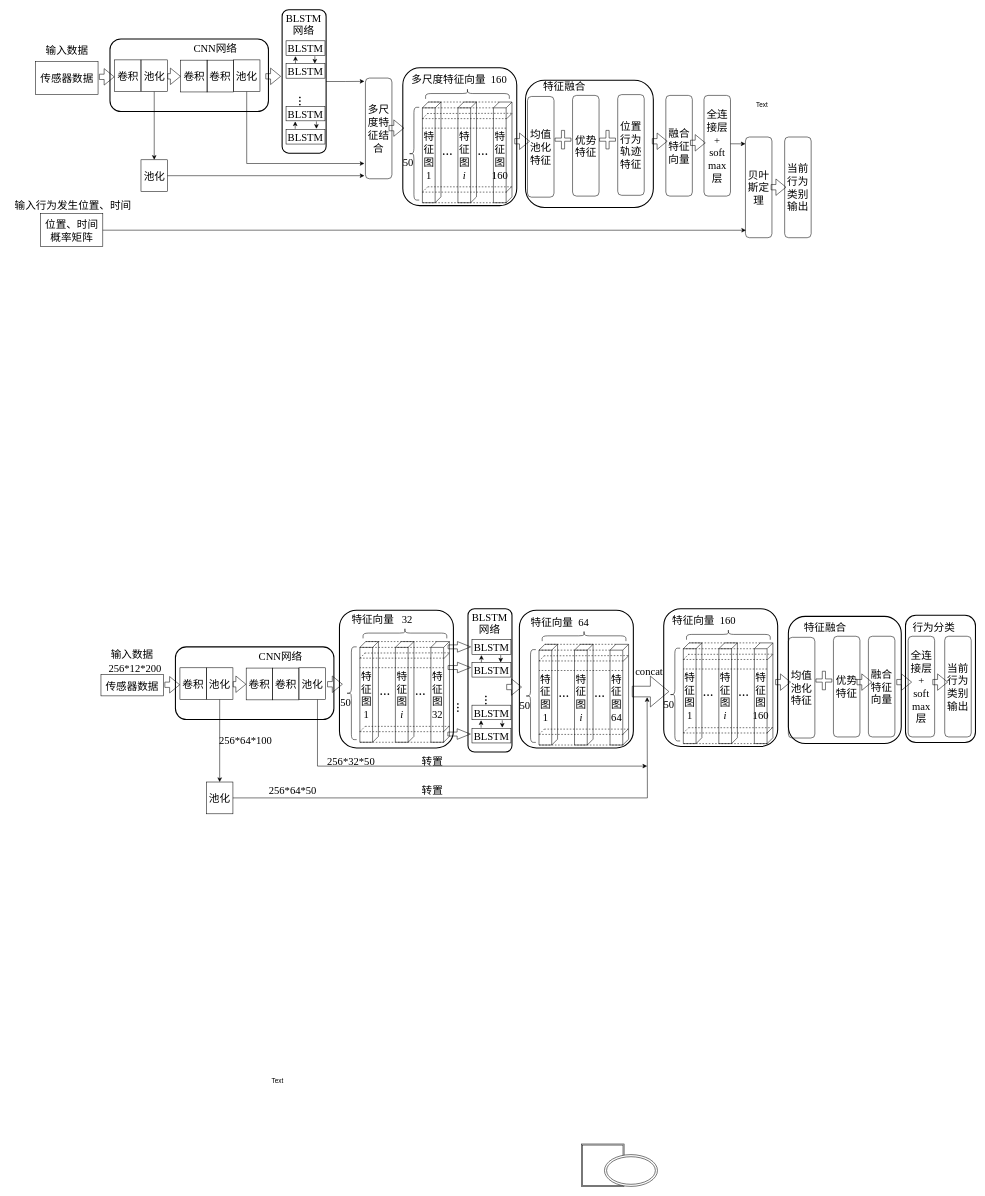
Before: 415行为识别流程图.drawio in ByronGe/ff, a draw.io diagram. Source tidied: cells renumbered, new cells numbered last; positions are measured from the earlier drawing's top-left corner, leaving out a move shared by most shapes. Both pictures are drawn from the tidied source at 53%, with x=0, y=0 at pixel (9, 10).
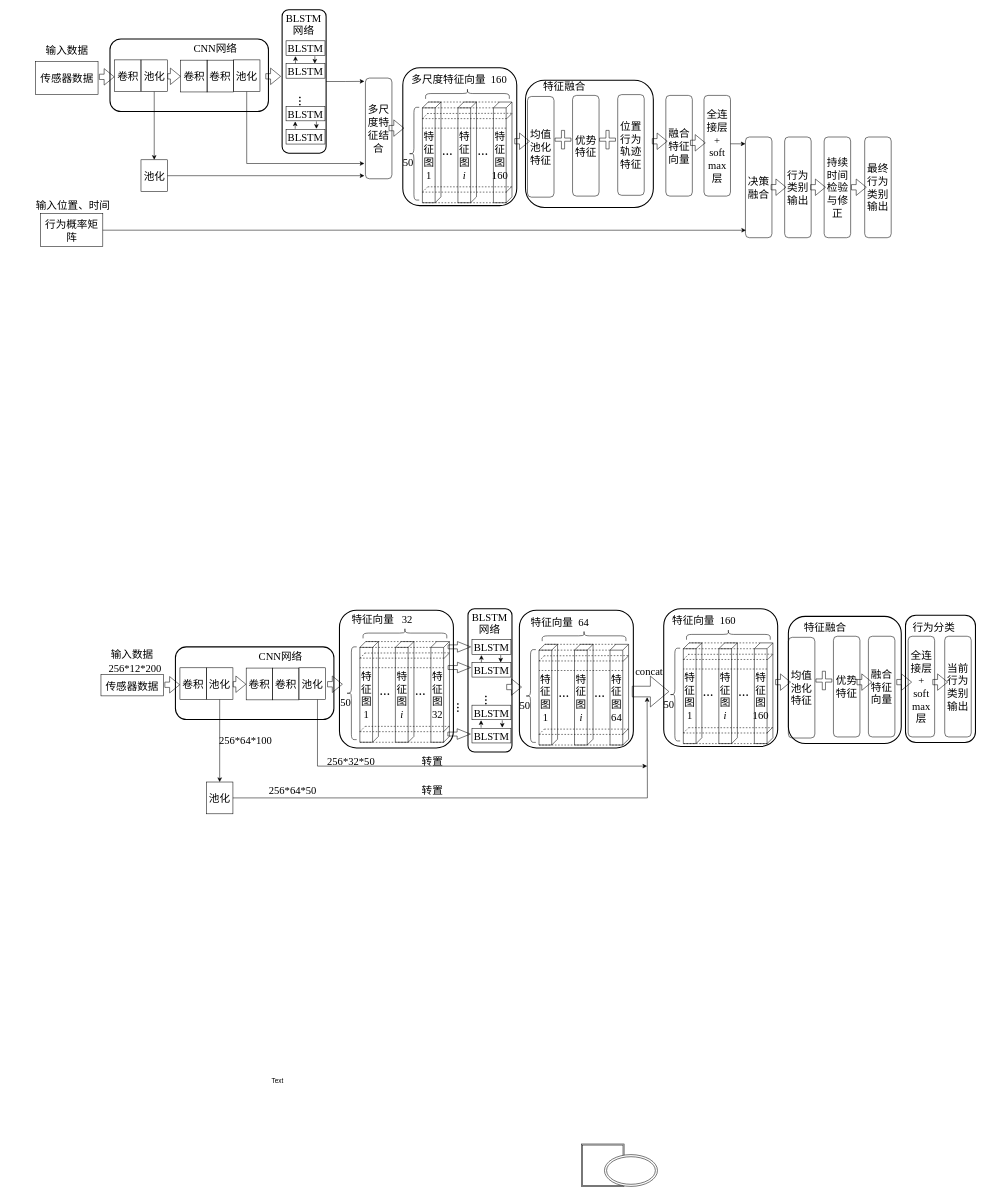
After the change.

Commit message:
Update 415行为识别流程图.drawio

Diff of the diagram source:
```diff
@@
-    <mxCell id="17" value="当前行为&lt;br style=&quot;font-size: 20px;&quot;&gt;类别输出" style="rounded=1;whiteSpace=wrap;html=1;fillColor=none;fontSize=20;fontFamily=Times New Roman;strokeColor=#000000;" parent="1" vertex="1">
+    <mxCell id="17" value="行为&lt;br style=&quot;font-size: 20px&quot;&gt;类别输出" style="rounded=1;whiteSpace=wrap;html=1;fillColor=none;fontSize=20;fontFamily=Times New Roman;strokeColor=#000000;" parent="1" vertex="1">
       <mxGeometry x="1463" y="240" width="50" height="190" as="geometry" />
     </mxCell>
@@
-    <mxCell id="186" value="位置、时间概率矩阵" style="rounded=0;whiteSpace=wrap;html=1;fillColor=none;fontSize=20;fontFamily=Times New Roman;strokeColor=#000000;" parent="1" vertex="1">
+    <mxCell id="186" value="行为概率矩阵" style="rounded=0;whiteSpace=wrap;html=1;fillColor=none;fontSize=20;fontFamily=Times New Roman;strokeColor=#000000;" parent="1" vertex="1">
       <mxGeometry x="58.5" y="384.5" width="118" height="62.5" as="geometry" />
     </mxCell>
-    <mxCell id="187" value="&lt;font style=&quot;font-size: 20px&quot;&gt;输入行为发生位置、时间&lt;/font&gt;" style="text;html=1;align=center;verticalAlign=middle;" parent="1" vertex="1">
-      <mxGeometry y="359" width="240" height="20" as="geometry" />
+    <mxCell id="187" value="&lt;font style=&quot;font-size: 20px&quot;&gt;输入位置、时间&lt;/font&gt;" style="text;html=1;align=center;verticalAlign=middle;" parent="1" vertex="1">
+      <mxGeometry x="40" y="359" width="160" height="20" as="geometry" />
     </mxCell>
-    <mxCell id="188" value="贝叶斯定理" style="rounded=1;whiteSpace=wrap;html=1;fillColor=none;fontSize=20;fontFamily=Times New Roman;strokeColor=#000000;" parent="1" vertex="1">
+    <mxCell id="188" value="决策融合" style="rounded=1;whiteSpace=wrap;html=1;fillColor=none;fontSize=20;fontFamily=Times New Roman;strokeColor=#000000;" parent="1" vertex="1">
       <mxGeometry x="1389" y="240" width="50" height="190" as="geometry" />
     </mxCell>
@@
-    <mxCell id="196" value="Text" style="text;html=1;align=center;verticalAlign=middle;" parent="1" vertex="1">
-      <mxGeometry x="1400" y="170" width="40" height="20" as="geometry" />
-    </mxCell>
+    <mxCell id="197" value="持续时间检验与修正" style="rounded=1;whiteSpace=wrap;html=1;fillColor=none;fontSize=20;fontFamily=Times New Roman;strokeColor=#000000;" parent="1" vertex="1">
+      <mxGeometry x="1537.5" y="240" width="50" height="190" as="geometry" />
+    </mxCell>
+    <mxCell id="198" value="最终行为类别输出" style="rounded=1;whiteSpace=wrap;html=1;fillColor=none;fontSize=20;fontFamily=Times New Roman;strokeColor=#000000;" parent="1" vertex="1">
+      <mxGeometry x="1614" y="240" width="50" height="190" as="geometry" />
+    </mxCell>
+    <mxCell id="199" style="shape=flexArrow;endArrow=classic;html=1;fontFamily=Times New Roman;strokeColor=#000000;fontSize=20;" parent="1" edge="1">
+      <mxGeometry relative="1" as="geometry">
+        <mxPoint x="1511.5" y="334.8" as="sourcePoint" />
+        <mxPoint x="1540.5" y="334.8" as="targetPoint" />
+      </mxGeometry>
+    </mxCell>
+    <mxCell id="200" style="shape=flexArrow;endArrow=classic;html=1;fontFamily=Times New Roman;strokeColor=#000000;fontSize=20;" parent="1" edge="1">
+      <mxGeometry relative="1" as="geometry">
+        <mxPoint x="1588.5" y="334.8" as="sourcePoint" />
+        <mxPoint x="1617.5" y="334.8" as="targetPoint" />
+      </mxGeometry>
+    </mxCell>
```
